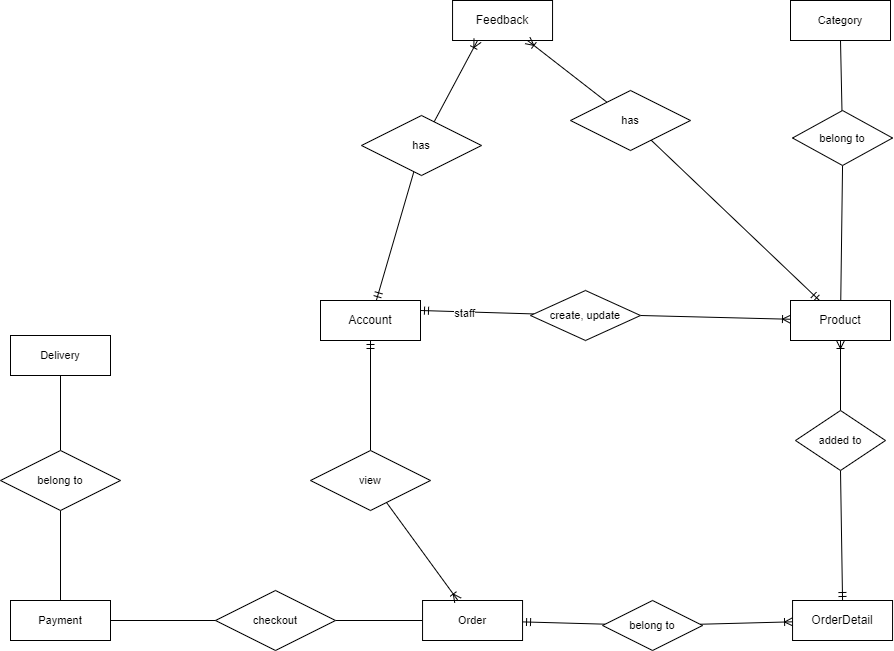
The draw.io diagram ERD_BirdCage.png in dangkhoadoiqwe/shopping_bird_cate, before a commit. Source tidied: cells renumbered, new cells last; positions are measured from the earlier drawing's top-left corner, leaving out a move shared by most shapes.
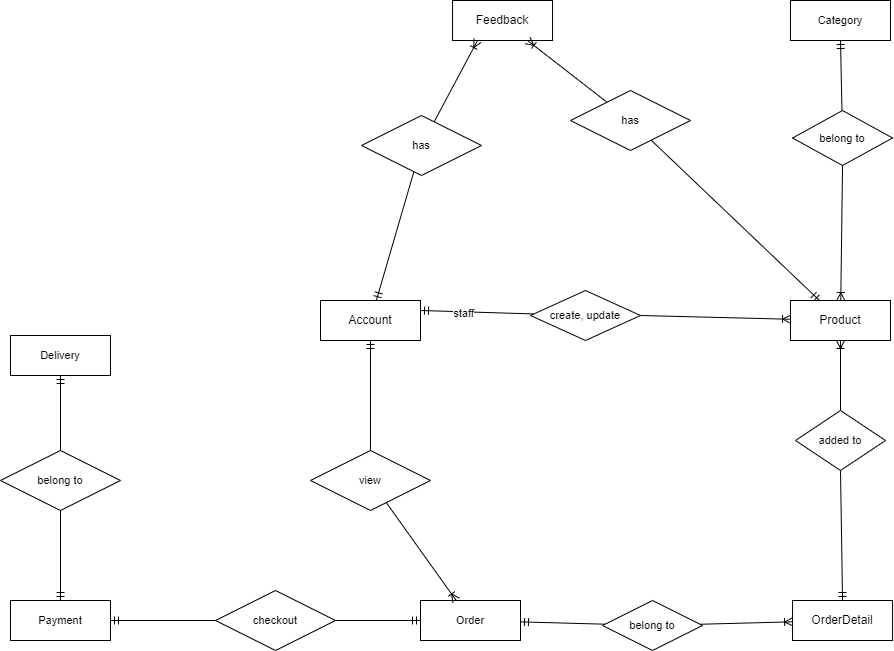
The same file after the commit.

Change to the diagram source:
```diff
@@ -32,23 +32,23 @@
     <mxCell id="11" value="added to" style="shape=rhombus;perimeter=rhombusPerimeter;whiteSpace=wrap;html=1;align=center;fontFamily=Helvetica;fontSize=11;fontColor=default;" parent="1" vertex="1">
       <mxGeometry x="795" y="410" width="90" height="60" as="geometry" />
     </mxCell>
-    <mxCell id="12" style="edgeStyle=none;shape=connector;rounded=0;jettySize=auto;html=1;exitX=0.5;exitY=1;exitDx=0;exitDy=0;labelBackgroundColor=default;strokeColor=default;fontFamily=Helvetica;fontSize=11;fontColor=default;endArrow=none;endFill=0;" parent="1" edge="1" source="15" target="7">
+    <mxCell id="12" style="edgeStyle=none;shape=connector;rounded=0;jettySize=auto;html=1;exitX=0.5;exitY=1;exitDx=0;exitDy=0;labelBackgroundColor=default;strokeColor=default;fontFamily=Helvetica;fontSize=11;fontColor=default;endArrow=ERoneToMany;endFill=0;" parent="1" edge="1" source="15" target="7">
       <mxGeometry relative="1" as="geometry" />
     </mxCell>
     <mxCell id="13" value="Category" style="whiteSpace=wrap;html=1;align=center;fontFamily=Helvetica;fontSize=11;fontColor=default;" parent="1" vertex="1">
       <mxGeometry x="790" width="100" height="40" as="geometry" />
     </mxCell>
-    <mxCell id="14" style="edgeStyle=none;shape=connector;rounded=0;jettySize=auto;html=1;exitX=0.5;exitY=1;exitDx=0;exitDy=0;labelBackgroundColor=default;strokeColor=default;fontFamily=Helvetica;fontSize=11;fontColor=default;endArrow=none;endFill=0;" parent="1" edge="1" source="13" target="15">
+    <mxCell id="14" style="edgeStyle=none;shape=connector;rounded=0;jettySize=auto;html=1;exitX=0.5;exitY=1;exitDx=0;exitDy=0;labelBackgroundColor=default;strokeColor=default;fontFamily=Helvetica;fontSize=11;fontColor=default;endArrow=none;endFill=0;startArrow=ERmandOne;startFill=0;" parent="1" edge="1" source="13" target="15">
       <mxGeometry relative="1" as="geometry" />
     </mxCell>
     <mxCell id="15" value="belong to" style="shape=rhombus;perimeter=rhombusPerimeter;whiteSpace=wrap;html=1;align=center;fontFamily=Helvetica;fontSize=11;fontColor=default;" parent="1" vertex="1">
       <mxGeometry x="792" y="110" width="100" height="55" as="geometry" />
     </mxCell>
-    <mxCell id="16" style="edgeStyle=none;shape=connector;rounded=0;jettySize=auto;html=1;labelBackgroundColor=default;strokeColor=default;fontFamily=Helvetica;fontSize=11;fontColor=default;endArrow=none;endFill=0;" parent="1" edge="1" source="17" target="25">
+    <mxCell id="16" style="edgeStyle=none;shape=connector;rounded=0;jettySize=auto;html=1;labelBackgroundColor=default;strokeColor=default;fontFamily=Helvetica;fontSize=11;fontColor=default;endArrow=none;endFill=0;startArrow=ERmandOne;startFill=0;" parent="1" edge="1" source="17" target="25">
       <mxGeometry relative="1" as="geometry" />
     </mxCell>
     <mxCell id="17" value="Order" style="whiteSpace=wrap;html=1;align=center;fontFamily=Helvetica;fontSize=11;fontColor=default;" parent="1" vertex="1">
-      <mxGeometry x="422.1" y="600" width="100" height="40" as="geometry" />
+      <mxGeometry x="420" y="600" width="100" height="40" as="geometry" />
     </mxCell>
     <mxCell id="18" style="edgeStyle=none;shape=connector;rounded=0;jettySize=auto;html=1;labelBackgroundColor=default;strokeColor=default;fontFamily=Helvetica;fontSize=11;fontColor=default;endArrow=none;endFill=0;startArrow=ERoneToMany;startFill=0;" parent="1" edge="1" source="9" target="19">
       <mxGeometry relative="1" as="geometry" />
@@ -62,13 +62,13 @@
     <mxCell id="21" value="view" style="shape=rhombus;perimeter=rhombusPerimeter;whiteSpace=wrap;html=1;align=center;fontFamily=Helvetica;fontSize=11;fontColor=default;" parent="1" vertex="1">
       <mxGeometry x="310" y="450" width="120" height="60" as="geometry" />
     </mxCell>
-    <mxCell id="22" style="edgeStyle=none;shape=connector;rounded=0;jettySize=auto;html=1;labelBackgroundColor=default;strokeColor=default;fontFamily=Helvetica;fontSize=11;fontColor=default;endArrow=none;endFill=0;" parent="1" edge="1" source="28" target="26">
+    <mxCell id="22" style="edgeStyle=none;shape=connector;rounded=0;jettySize=auto;html=1;labelBackgroundColor=default;strokeColor=default;fontFamily=Helvetica;fontSize=11;fontColor=default;endArrow=ERmandOne;endFill=0;startArrow=none;startFill=0;" parent="1" edge="1" source="28" target="26">
       <mxGeometry relative="1" as="geometry" />
     </mxCell>
     <mxCell id="23" value="Payment" style="whiteSpace=wrap;html=1;align=center;fontFamily=Helvetica;fontSize=11;fontColor=default;" parent="1" vertex="1">
       <mxGeometry x="10" y="600" width="100" height="40" as="geometry" />
     </mxCell>
-    <mxCell id="24" style="edgeStyle=none;shape=connector;rounded=0;jettySize=auto;html=1;labelBackgroundColor=default;strokeColor=default;fontFamily=Helvetica;fontSize=11;fontColor=default;endArrow=none;endFill=0;" parent="1" edge="1" source="25" target="23">
+    <mxCell id="24" style="edgeStyle=none;shape=connector;rounded=0;jettySize=auto;html=1;labelBackgroundColor=default;strokeColor=default;fontFamily=Helvetica;fontSize=11;fontColor=default;endArrow=ERmandOne;endFill=0;startArrow=none;startFill=0;" parent="1" edge="1" source="25" target="23">
       <mxGeometry relative="1" as="geometry" />
     </mxCell>
     <mxCell id="25" value="checkout" style="shape=rhombus;perimeter=rhombusPerimeter;whiteSpace=wrap;html=1;align=center;fontFamily=Helvetica;fontSize=11;fontColor=default;" parent="1" vertex="1">
@@ -77,7 +77,7 @@
     <mxCell id="26" value="Delivery" style="whiteSpace=wrap;html=1;align=center;fontFamily=Helvetica;fontSize=11;fontColor=default;" parent="1" vertex="1">
       <mxGeometry x="10" y="335" width="100" height="40" as="geometry" />
     </mxCell>
-    <mxCell id="27" style="edgeStyle=none;shape=connector;rounded=0;jettySize=auto;html=1;labelBackgroundColor=default;strokeColor=default;fontFamily=Helvetica;fontSize=11;fontColor=default;endArrow=none;endFill=0;" parent="1" edge="1" source="23" target="28">
+    <mxCell id="27" style="edgeStyle=none;shape=connector;rounded=0;jettySize=auto;html=1;labelBackgroundColor=default;strokeColor=default;fontFamily=Helvetica;fontSize=11;fontColor=default;endArrow=none;endFill=0;startArrow=ERmandOne;startFill=0;" parent="1" edge="1" source="23" target="28">
       <mxGeometry relative="1" as="geometry" />
     </mxCell>
     <mxCell id="28" value="belong to" style="shape=rhombus;perimeter=rhombusPerimeter;whiteSpace=wrap;html=1;align=center;fontFamily=Helvetica;fontSize=11;fontColor=default;" parent="1" vertex="1">
```
